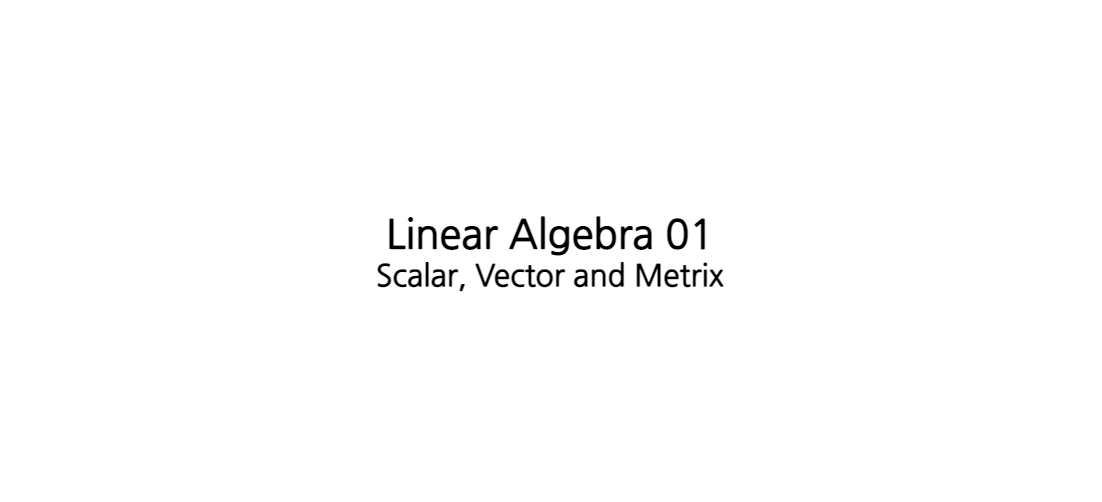
Before: assets/img/posts/linear_algebra_01.png, a diagram exported from draw.io (djccnt15/djccnt15.github.io). Source tidied: cells renumbered, new cells last; positions are measured from the earlier drawing's top-left corner, leaving out a move shared by most shapes. Its diagram source:
```xml
<mxGraphModel>
  <root>
    <mxCell id="0" />
    <mxCell id="1" parent="0" />
    <mxCell id="2" value="&lt;font style=&quot;font-size: 30px;&quot;&gt;&lt;span style=&quot;font-size: 40px;&quot;&gt;Linear Algebra 01&lt;/span&gt;&lt;br&gt;&lt;font style=&quot;font-size: 30px;&quot;&gt;&lt;font style=&quot;font-size: 30px;&quot;&gt;Scalar, Vector and Metrix&lt;/font&gt;&lt;/font&gt;&lt;/font&gt;" style="rounded=1;whiteSpace=wrap;html=1;fillColor=none;fontFamily=Nanum Gothic;fontSource=https%3A%2F%2Ffonts.googleapis.com%2Fcss%3Ffamily%3DNanum%2BGothic;fontStyle=1;strokeColor=none;" parent="1" vertex="1">
      <mxGeometry width="1100" height="500" as="geometry" />
    </mxCell>
  </root>
</mxGraphModel>
```
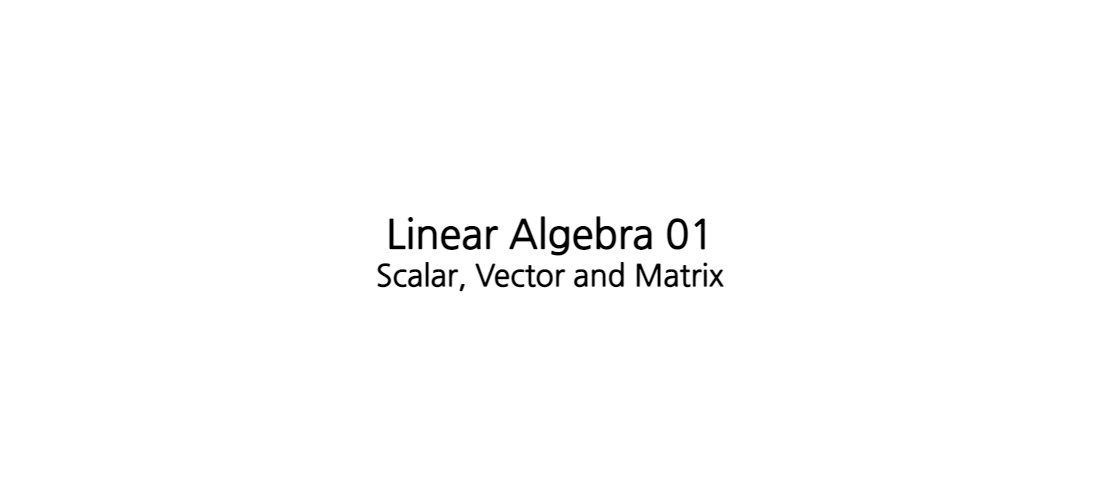
The same file after the commit.

Commit message:
update linear_algebra_02, monir fixes

Diff of the diagram source:
```diff
@@ -2,7 +2,7 @@
   <root>
     <mxCell id="0" />
     <mxCell id="1" parent="0" />
-    <mxCell id="2" value="&lt;font style=&quot;font-size: 30px;&quot;&gt;&lt;span style=&quot;font-size: 40px;&quot;&gt;Linear Algebra 01&lt;/span&gt;&lt;br&gt;&lt;font style=&quot;font-size: 30px;&quot;&gt;&lt;font style=&quot;font-size: 30px;&quot;&gt;Scalar, Vector and Metrix&lt;/font&gt;&lt;/font&gt;&lt;/font&gt;" style="rounded=1;whiteSpace=wrap;html=1;fillColor=none;fontFamily=Nanum Gothic;fontSource=https%3A%2F%2Ffonts.googleapis.com%2Fcss%3Ffamily%3DNanum%2BGothic;fontStyle=1;strokeColor=none;" parent="1" vertex="1">
+    <mxCell id="2" value="&lt;font style=&quot;font-size: 30px;&quot;&gt;&lt;span style=&quot;font-size: 40px;&quot;&gt;Linear Algebra 01&lt;/span&gt;&lt;br&gt;&lt;font style=&quot;font-size: 30px;&quot;&gt;&lt;font style=&quot;font-size: 30px;&quot;&gt;Scalar, Vector and Matrix&lt;/font&gt;&lt;/font&gt;&lt;/font&gt;" style="rounded=1;whiteSpace=wrap;html=1;fillColor=none;fontFamily=Nanum Gothic;fontSource=https%3A%2F%2Ffonts.googleapis.com%2Fcss%3Ffamily%3DNanum%2BGothic;fontStyle=1;strokeColor=none;" parent="1" vertex="1">
       <mxGeometry width="1100" height="500" as="geometry" />
     </mxCell>
   </root>
```
